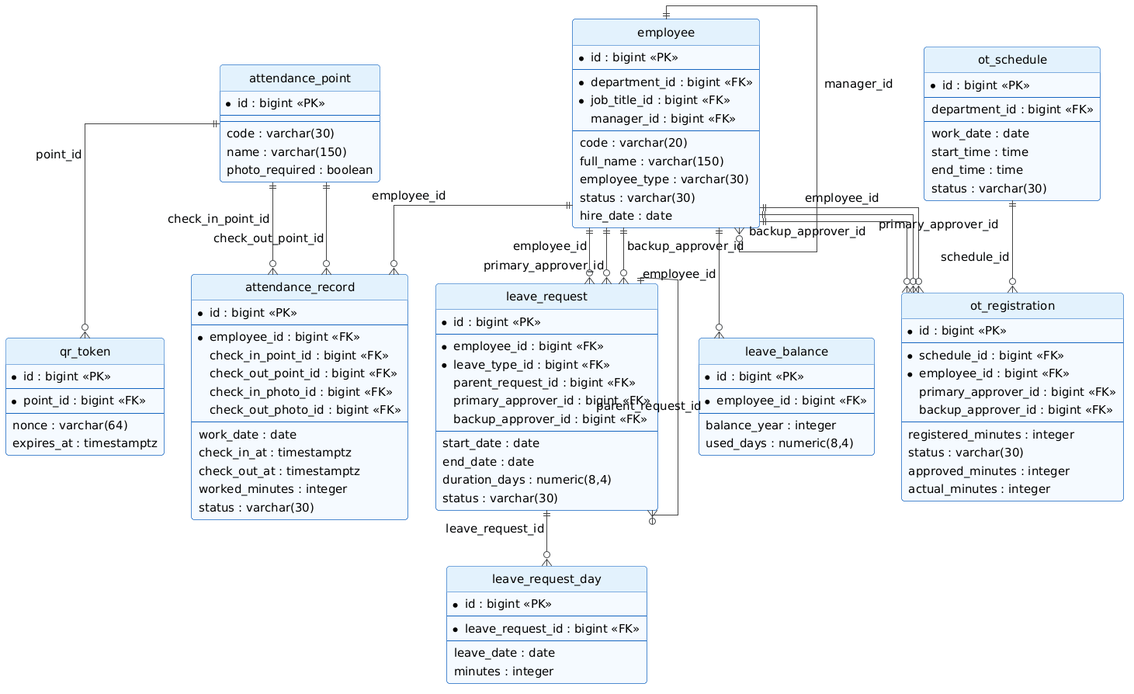
Above: docs/uml/png/fig4_5_erd_attendance_leave_ot.png in gihan160306/HRFlow (PlantUML), before the change. Source of this version:
```plantuml
@startuml
skinparam backgroundColor #FFFFFF
skinparam shadowing false
skinparam roundCorner 8
skinparam defaultFontSize 16
skinparam ArrowColor #444444
skinparam ArrowFontSize 14
skinparam maxMessageSize 220
skinparam wrapWidth 260
skinparam padding 3
skinparam actorBorderColor #333333
skinparam actorBackgroundColor #FFFFFF
skinparam usecaseBorderColor #1565C0
skinparam usecaseBackgroundColor #E3F2FD
skinparam rectangleBorderColor #546E7A
skinparam rectangleBackgroundColor #FAFAFA
skinparam packageBorderColor #546E7A
skinparam packageBackgroundColor #FAFAFA
skinparam classBorderColor #1565C0
skinparam classBackgroundColor #F5FAFF
skinparam classHeaderBackgroundColor #E3F2FD
skinparam participantBorderColor #1565C0
skinparam participantBackgroundColor #E3F2FD
skinparam sequenceLifeLineBorderColor #888888
skinparam sequenceGroupBorderColor #888888
skinparam stateBorderColor #1565C0
skinparam stateBackgroundColor #E3F2FD
skinparam activityBorderColor #1565C0
skinparam activityBackgroundColor #E3F2FD
skinparam noteBorderColor #F9A825
skinparam noteBackgroundColor #FFF8E1

hide circle
skinparam linetype ortho
skinparam entityBackgroundColor #F5FAFF
skinparam entityBorderColor #1565C0
skinparam defaultFontSize 15
entity employee {
  * id : bigint <<PK>>
  --
  * department_id : bigint <<FK>>
  * job_title_id : bigint <<FK>>
  manager_id : bigint <<FK>>
  --
  code : varchar(20)
  full_name : varchar(150)
  employee_type : varchar(30)
  status : varchar(30)
  hire_date : date
}
entity attendance_point {
  * id : bigint <<PK>>
  --
  --
  code : varchar(30)
  name : varchar(150)
  photo_required : boolean
}
entity qr_token {
  * id : bigint <<PK>>
  --
  * point_id : bigint <<FK>>
  --
  nonce : varchar(64)
  expires_at : timestamptz
}
entity attendance_record {
  * id : bigint <<PK>>
  --
  * employee_id : bigint <<FK>>
  check_in_point_id : bigint <<FK>>
  check_out_point_id : bigint <<FK>>
  check_in_photo_id : bigint <<FK>>
  check_out_photo_id : bigint <<FK>>
  --
  work_date : date
  check_in_at : timestamptz
  check_out_at : timestamptz
  worked_minutes : integer
  status : varchar(30)
}
entity leave_request {
  * id : bigint <<PK>>
  --
  * employee_id : bigint <<FK>>
  * leave_type_id : bigint <<FK>>
  parent_request_id : bigint <<FK>>
  primary_approver_id : bigint <<FK>>
  backup_approver_id : bigint <<FK>>
  --
  start_date : date
  end_date : date
  duration_days : numeric(8,4)
  status : varchar(30)
}
entity leave_request_day {
  * id : bigint <<PK>>
  --
  * leave_request_id : bigint <<FK>>
  --
  leave_date : date
  minutes : integer
}
entity leave_balance {
  * id : bigint <<PK>>
  --
  * employee_id : bigint <<FK>>
  --
  balance_year : integer
  used_days : numeric(8,4)
}
entity ot_schedule {
  * id : bigint <<PK>>
  --
  department_id : bigint <<FK>>
  --
  work_date : date
  start_time : time
  end_time : time
  status : varchar(30)
}
entity ot_registration {
  * id : bigint <<PK>>
  --
  * schedule_id : bigint <<FK>>
  * employee_id : bigint <<FK>>
  primary_approver_id : bigint <<FK>>
  backup_approver_id : bigint <<FK>>
  --
  registered_minutes : integer
  status : varchar(30)
  approved_minutes : integer
  actual_minutes : integer
}
employee ||--o{ employee : manager_id
attendance_point ||--o{ qr_token : point_id
employee ||--o{ attendance_record : employee_id
attendance_point ||--o{ attendance_record : check_in_point_id
attendance_point ||--o{ attendance_record : check_out_point_id
employee ||--o{ leave_request : employee_id
leave_request ||--o{ leave_request : parent_request_id
employee ||--o{ leave_request : primary_approver_id
employee ||--o{ leave_request : backup_approver_id
leave_request ||--o{ leave_request_day : leave_request_id
employee ||--o{ leave_balance : employee_id
ot_schedule ||--o{ ot_registration : schedule_id
employee ||--o{ ot_registration : employee_id
employee ||--o{ ot_registration : primary_approver_id
employee ||--o{ ot_registration : backup_approver_id
@enduml
```
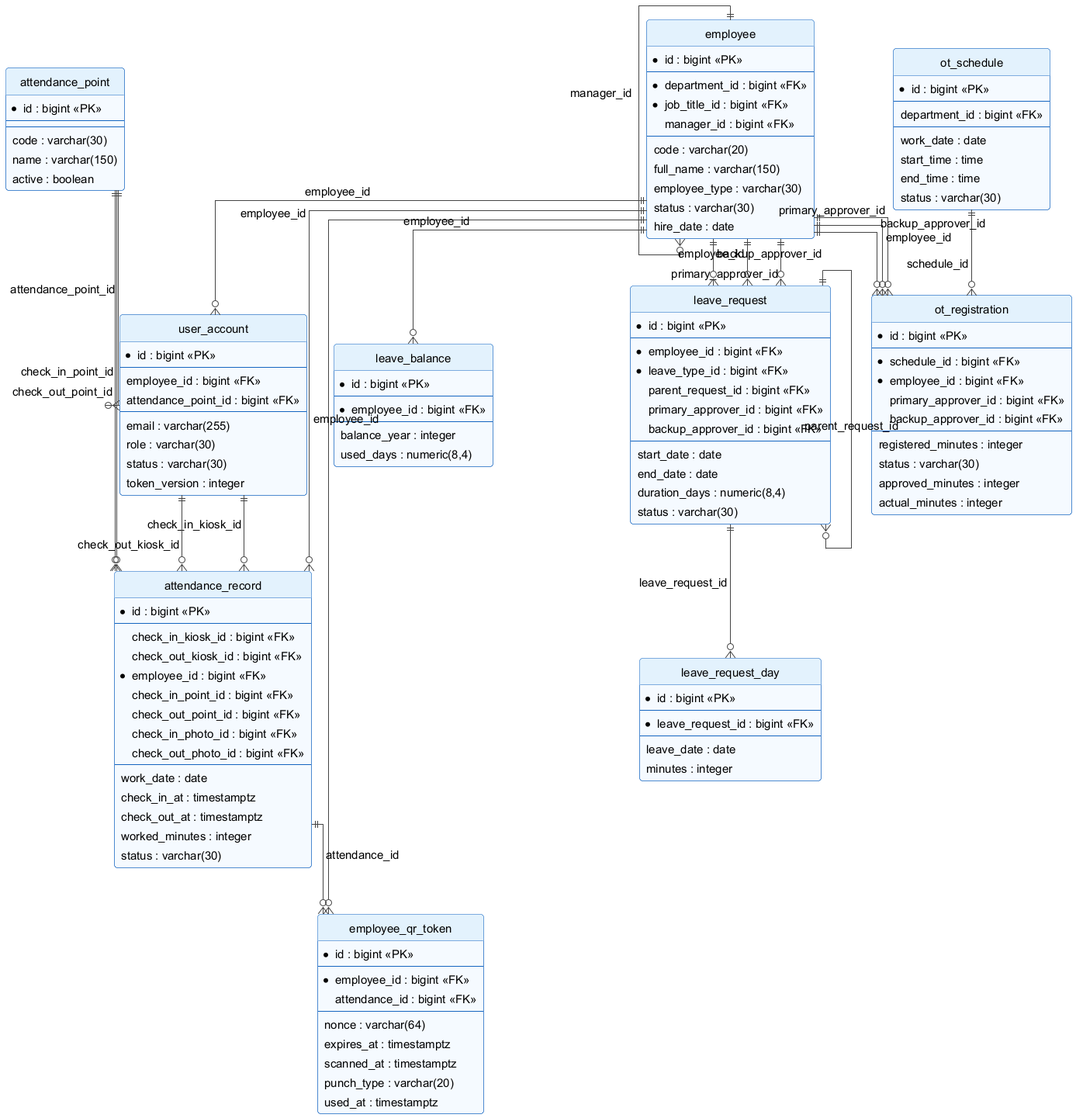
Later version of the same file.

Diff of the diagram source:
```diff
@@ -1,4 +1,4 @@
-@startuml
+@startuml fig4_5_erd_attendance_leave_ot
 skinparam backgroundColor #FFFFFF
 skinparam shadowing false
 skinparam roundCorner 8
@@ -48,25 +48,42 @@
   status : varchar(30)
   hire_date : date
 }
+entity user_account {
+  * id : bigint <<PK>>
+  --
+  employee_id : bigint <<FK>>
+  attendance_point_id : bigint <<FK>>
+  --
+  email : varchar(255)
+  role : varchar(30)
+  status : varchar(30)
+  token_version : integer
+}
 entity attendance_point {
   * id : bigint <<PK>>
   --
   --
   code : varchar(30)
   name : varchar(150)
-  photo_required : boolean
+  active : boolean
 }
-entity qr_token {
+entity employee_qr_token {
   * id : bigint <<PK>>
   --
-  * point_id : bigint <<FK>>
+  * employee_id : bigint <<FK>>
+  attendance_id : bigint <<FK>>
   --
   nonce : varchar(64)
   expires_at : timestamptz
+  scanned_at : timestamptz
+  punch_type : varchar(20)
+  used_at : timestamptz
 }
 entity attendance_record {
   * id : bigint <<PK>>
   --
+  check_in_kiosk_id : bigint <<FK>>
+  check_out_kiosk_id : bigint <<FK>>
   * employee_id : bigint <<FK>>
   check_in_point_id : bigint <<FK>>
   check_out_point_id : bigint <<FK>>
@@ -133,7 +150,12 @@
   actual_minutes : integer
 }
 employee ||--o{ employee : manager_id
-attendance_point ||--o{ qr_token : point_id
+employee ||--o{ user_account : employee_id
+attendance_point ||--o{ user_account : attendance_point_id
+employee ||--o{ employee_qr_token : employee_id
+attendance_record ||--o{ employee_qr_token : attendance_id
+user_account ||--o{ attendance_record : check_in_kiosk_id
+user_account ||--o{ attendance_record : check_out_kiosk_id
 employee ||--o{ attendance_record : employee_id
 attendance_point ||--o{ attendance_record : check_in_point_id
 attendance_point ||--o{ attendance_record : check_out_point_id
```
